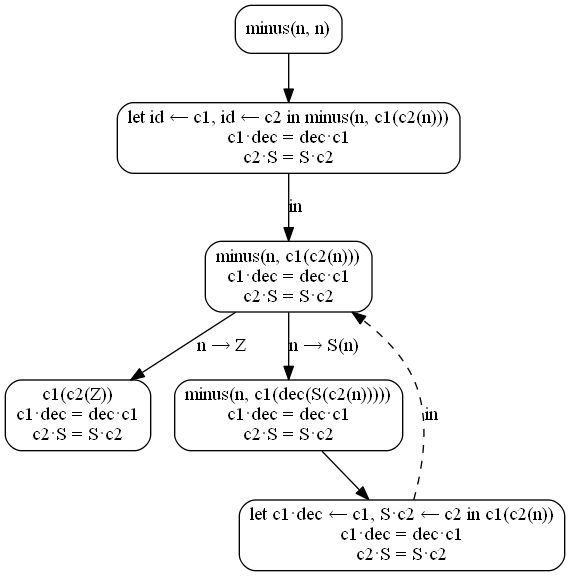
The Graphviz diagram alchemy/4410-examples-minus.png in Mazdaywik/mazdaywik.github.io, before a commit. Its source is kept beside it as alchemy/4410-examples-minus.dot.
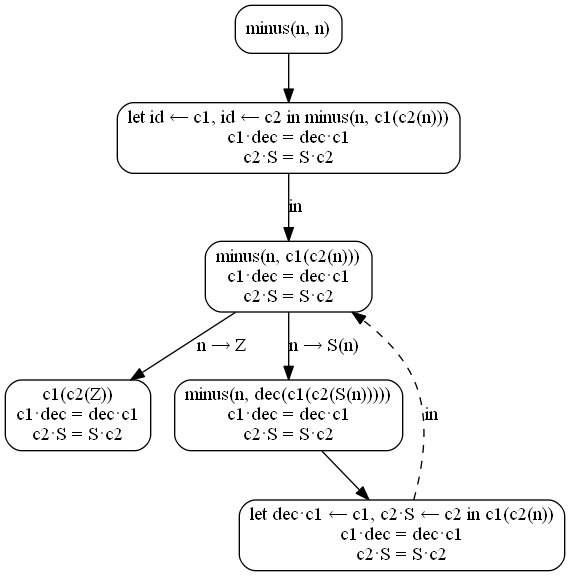
After the commit.

The edit, as a diff of the source:
```diff
@@ -8,9 +8,9 @@
   L1 -> G1 [label="in"];
   C1 [label="c1(c2(Z))\nc1·dec = dec·c1\nc2·S = S·c2"];
   G1 -> C1 [label="n → Z"];
-  C2 [label="minus(n, c1(dec(S(c2(n)))))\nc1·dec = dec·c1\nc2·S = S·c2"];
+  C2 [label="minus(n, dec(c1(c2(S(n)))))\nc1·dec = dec·c1\nc2·S = S·c2"];
   G1 -> C2 [label="n → S(n)"];
-  L2 [label="let c1·dec ← c1, S·c2 ← c2 in c1(c2(n))\nc1·dec = dec·c1\nc2·S = S·c2"];
+  L2 [label="let dec·c1 ← c1, c2·S ← c2 in c1(c2(n))\nc1·dec = dec·c1\nc2·S = S·c2"];
   C2 -> L2;
   L2 -> G1 [label="in", style=dashed];
 }
```
